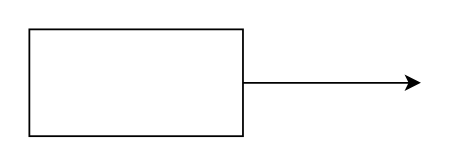
This is Untitled Diagram.drawio from pfc512/WeChat, a draw.io file, before an edit. Source tidied: cells renumbered, new cells numbered last; positions are measured from the earlier drawing's top-left corner, leaving out a move shared by most shapes. Both pictures are drawn from the tidied source at 178%, with x=0, y=0 at pixel (28, 28).
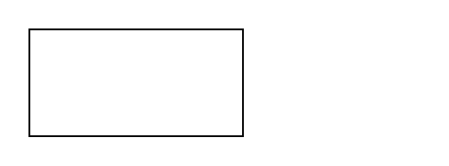
The same diagram, later.

The edit, as a diff of the source:
```diff
@@
 <mxGraphModel>
   <root>
     <mxCell id="0" />
     <mxCell id="1" parent="0" />
-    <mxCell id="2" style="edgeStyle=orthogonalEdgeStyle;rounded=0;jettySize=auto;html=1;exitX=1;exitY=0.5;exitDx=0;exitDy=0;" parent="1" edge="1" source="3">
-      <mxGeometry relative="1" as="geometry">
-        <mxPoint x="220" y="30" as="targetPoint" />
-      </mxGeometry>
-    </mxCell>
     <mxCell id="3" style="rounded=0;whiteSpace=wrap;html=1;" parent="1" vertex="1">
       <mxGeometry width="120" height="60" as="geometry" />
     </mxCell>
   </root>
 </mxGraphModel>
```
